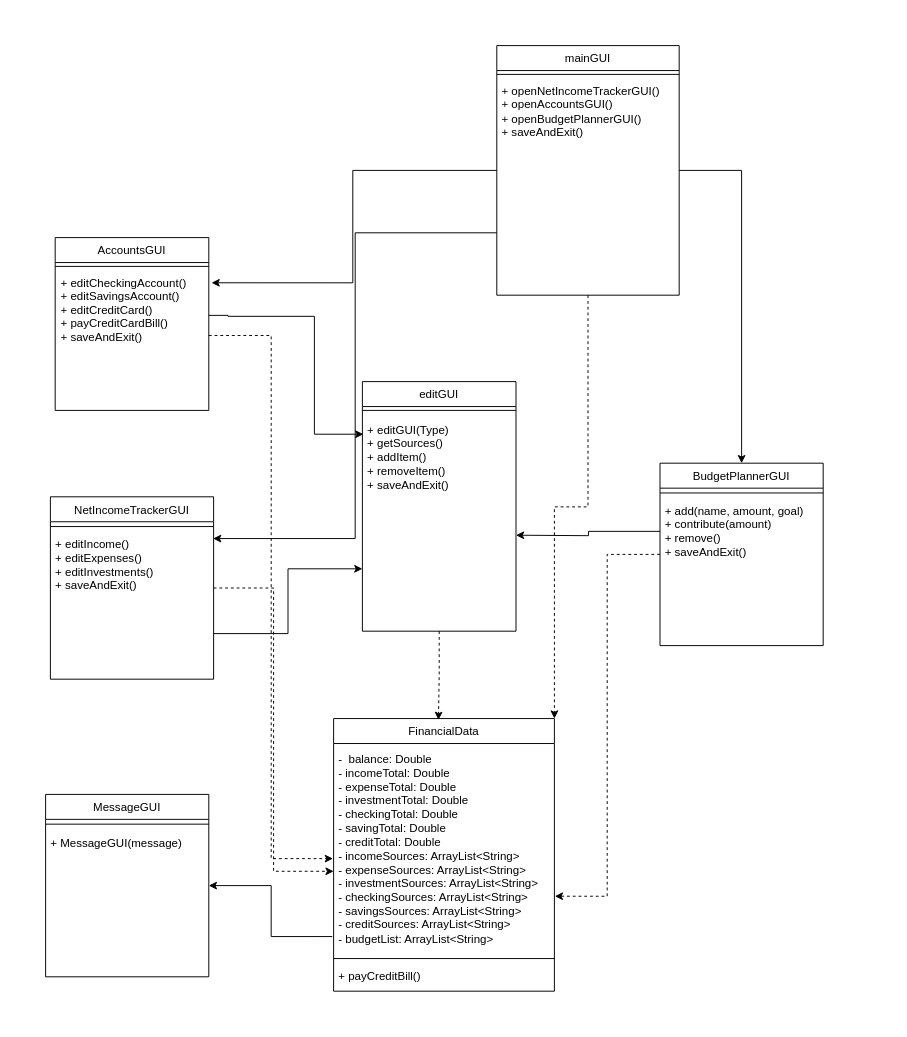
This is FinancialManagerUML/FinancialManagerClassDiagram.drawio from Matt-J-Dong/Financial-Manager, a draw.io file, before an edit. Source tidied: cells renumbered, new cells numbered last; positions are measured from the earlier drawing's top-left corner, leaving out a move shared by most shapes. Both pictures are drawn from the tidied source at 96%, with x=0, y=0 at pixel (45, 45).
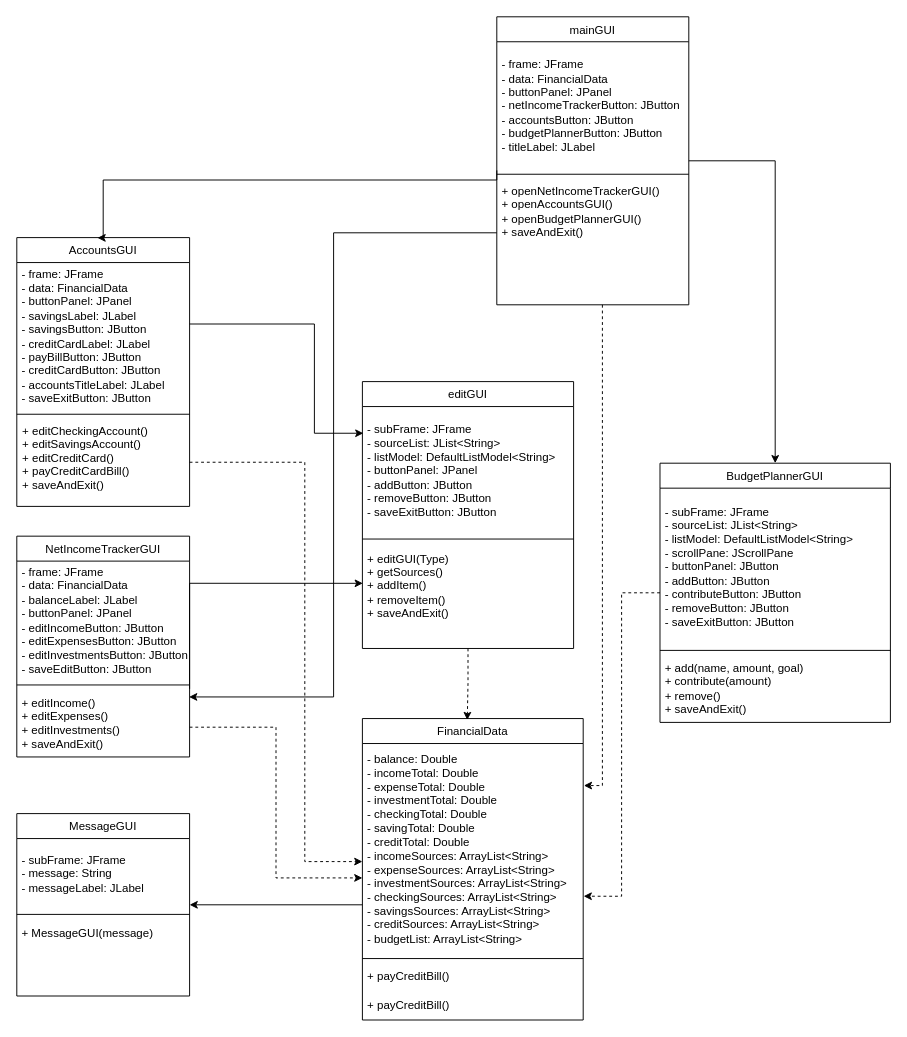
The same diagram, later.

The edit, as a diff of the source:
```diff
@@
-    <mxCell id="2" style="edgeStyle=orthogonalEdgeStyle;rounded=0;jettySize=auto;html=1;entryX=1;entryY=0;entryDx=0;entryDy=0;dashed=1;" parent="1" edge="1" source="4" target="19">
-      <mxGeometry relative="1" as="geometry" />
+    <mxCell id="2" style="edgeStyle=orthogonalEdgeStyle;rounded=0;jettySize=auto;html=1;entryX=1.003;entryY=0.199;entryDx=0;entryDy=0;dashed=1;entryPerimeter=0;" parent="1" edge="1" source="4" target="20">
+      <mxGeometry relative="1" as="geometry">
+        <Array as="points">
+          <mxPoint x="580" y="770" />
+          <mxPoint x="561" y="770" />
+        </Array>
+      </mxGeometry>
     </mxCell>
@@
     <mxCell id="4" value="mainGUI" style="swimlane;fontStyle=0;align=center;verticalAlign=top;horizontal=1;startSize=26;rounded=0;shadow=0;strokeWidth=1;" parent="1" vertex="1">
-      <mxGeometry x="470" width="190" height="260" as="geometry" />
+      <mxGeometry x="470" y="-30" width="200" height="300" as="geometry" />
     </mxCell>
+    <mxCell id="36" value="&amp;nbsp;-&amp;nbsp;&lt;span style=&quot;background-color: initial;&quot;&gt;frame: JFrame&lt;/span&gt;&lt;div&gt;&amp;nbsp;- data: FinancialData&lt;/div&gt;&lt;div&gt;&amp;nbsp;- buttonPanel: JPanel&lt;/div&gt;&lt;div&gt;&amp;nbsp;-&amp;nbsp;netIncomeTrackerButton: JButton&lt;/div&gt;&lt;div&gt;&amp;nbsp;- accountsButton: JButton&lt;/div&gt;&lt;div&gt;&amp;nbsp;- budgetPlannerButton: JButton&lt;/div&gt;&lt;div&gt;&amp;nbsp;- titleLabel: JLabel&lt;/div&gt;" style="text;html=1;align=left;verticalAlign=middle;whiteSpace=wrap;rounded=0;" parent="4" vertex="1">
+      <mxGeometry y="26" width="200" height="134" as="geometry" />
+    </mxCell>
     <mxCell id="5" style="line;html=1;strokeWidth=1;align=left;verticalAlign=middle;spacingTop=-1;spacingLeft=3;spacingRight=3;labelPosition=right;" parent="4" vertex="1">
-      <mxGeometry y="26" width="190" height="8" as="geometry" />
+      <mxGeometry y="160" width="200" height="8" as="geometry" />
     </mxCell>
     <mxCell id="6" value="&amp;nbsp;+ openNetIncomeTrackerGUI()&amp;nbsp;&lt;div&gt;&amp;nbsp;+ openAccountsGUI()&lt;div&gt;&amp;nbsp;+ openBudgetPlannerGUI()&lt;br&gt;&lt;div&gt;&amp;nbsp;+ saveAndExit()&lt;br&gt;&lt;/div&gt;&lt;/div&gt;&lt;/div&gt;" style="text;html=1;align=left;verticalAlign=middle;strokeColor=none;fillColor=none;" parent="4" vertex="1">
-      <mxGeometry y="34" width="190" height="70" as="geometry" />
+      <mxGeometry y="168" width="200" height="70" as="geometry" />
     </mxCell>
     <mxCell id="7" value="BudgetPlannerGUI" style="swimlane;fontStyle=0;align=center;verticalAlign=top;horizontal=1;startSize=26;rounded=0;shadow=0;strokeWidth=1;" parent="1" vertex="1">
-      <mxGeometry x="640" y="435" width="170" height="190" as="geometry" />
+      <mxGeometry x="640" y="435" width="240" height="270" as="geometry" />
     </mxCell>
+    <mxCell id="37" value="&amp;nbsp;- subF&lt;span style=&quot;background-color: initial;&quot;&gt;rame: JFrame&lt;/span&gt;&lt;div&gt;&amp;nbsp;- sourceList: JList&amp;lt;String&amp;gt;&lt;/div&gt;&lt;div&gt;&amp;nbsp;- listModel: DefaultListModel&amp;lt;String&amp;gt;&lt;/div&gt;&lt;div&gt;&amp;nbsp;- scrollPane: JScrollPane&lt;/div&gt;&lt;div&gt;&amp;nbsp;- buttonPanel: JButton&lt;/div&gt;&lt;div&gt;&amp;nbsp;- addButton: JButton&lt;/div&gt;&lt;div&gt;&amp;nbsp;- contributeButton: JButton&lt;/div&gt;&lt;div&gt;&amp;nbsp;- removeButton: JButton&lt;/div&gt;&lt;div&gt;&amp;nbsp;- saveExitButton: JButton&lt;/div&gt;" style="text;html=1;align=left;verticalAlign=middle;whiteSpace=wrap;rounded=0;" parent="7" vertex="1">
+      <mxGeometry y="26" width="240" height="164" as="geometry" />
+    </mxCell>
     <mxCell id="8" style="line;html=1;strokeWidth=1;align=left;verticalAlign=middle;spacingTop=-1;spacingLeft=3;spacingRight=3;labelPosition=right;" parent="7" vertex="1">
-      <mxGeometry y="26" width="170" height="10" as="geometry" />
+      <mxGeometry y="190" width="240" height="10" as="geometry" />
     </mxCell>
-    <mxCell id="9" style="edgeStyle=orthogonalEdgeStyle;rounded=0;jettySize=auto;html=1;strokeColor=default;strokeWidth=1;align=center;verticalAlign=middle;fontFamily=Helvetica;fontSize=11;fontColor=default;labelBackgroundColor=default;startArrow=none;startFill=0;startSize=20;endArrow=classic;" parent="7" edge="1" source="10">
-      <mxGeometry relative="1" as="geometry">
-        <mxPoint x="-150" y="75" as="targetPoint" />
-      </mxGeometry>
-    </mxCell>
     <mxCell id="10" value="&amp;nbsp;+ add(name, amount, goal)&lt;div&gt;&amp;nbsp;+ contribute(amount)&lt;/div&gt;&lt;div&gt;&amp;nbsp;+ remove()&lt;br&gt;&lt;div&gt;&amp;nbsp;+ saveAndExit()&lt;br&gt;&lt;/div&gt;&lt;/div&gt;" style="text;html=1;align=left;verticalAlign=middle;points=[];strokeColor=none;fillColor=none;" parent="7" vertex="1">
-      <mxGeometry y="36" width="170" height="70" as="geometry" />
+      <mxGeometry y="200" width="240" height="70" as="geometry" />
     </mxCell>
     <mxCell id="11" value="AccountsGUI" style="swimlane;fontStyle=0;align=center;verticalAlign=top;horizontal=1;startSize=26;rounded=0;shadow=0;strokeWidth=1;" parent="1" vertex="1">
-      <mxGeometry x="10" y="200" width="160" height="180" as="geometry" />
+      <mxGeometry x="-30" y="200" width="180" height="280" as="geometry" />
     </mxCell>
+    <mxCell id="38" value="&amp;nbsp;-&amp;nbsp;&lt;span style=&quot;background-color: initial;&quot;&gt;frame: JFrame&lt;/span&gt;&lt;div&gt;&amp;nbsp;- data: FinancialData&lt;/div&gt;&lt;div&gt;&amp;nbsp;- buttonPanel: JPanel&lt;/div&gt;&lt;div&gt;&amp;nbsp;- savingsLabel: JLabel&lt;/div&gt;&lt;div&gt;&amp;nbsp;- savingsButton: JButton&lt;/div&gt;&lt;div&gt;&amp;nbsp;- creditCardLabel: JLabel&lt;/div&gt;&lt;div&gt;&amp;nbsp;- payBillButton: JButton&lt;/div&gt;&lt;div&gt;&amp;nbsp;- creditCardButton: JButton&lt;/div&gt;&lt;div&gt;&amp;nbsp;- accountsTitleLabel: JLabel&lt;/div&gt;&lt;div&gt;&amp;nbsp;- saveExitButton: JButton&lt;/div&gt;" style="text;html=1;align=left;verticalAlign=middle;whiteSpace=wrap;rounded=0;" parent="11" vertex="1">
+      <mxGeometry y="26" width="180" height="154" as="geometry" />
+    </mxCell>
     <mxCell id="12" style="line;html=1;strokeWidth=1;align=left;verticalAlign=middle;spacingTop=-1;spacingLeft=3;spacingRight=3;labelPosition=right;" parent="11" vertex="1">
-      <mxGeometry y="26" width="160" height="8" as="geometry" />
+      <mxGeometry y="180" width="180" height="8" as="geometry" />
     </mxCell>
     <mxCell id="13" value="+ editCheckingAccount()&#10;+ editSavingsAccount()&#10;+ editCreditCard()&#10;+ payCreditCardBill()&#10;+ saveAndExit()" style="text;align=left;verticalAlign=top;spacingLeft=4;spacingRight=4;overflow=hidden;points=[[0,0.5],[1,0.5]];portConstraint=eastwest;fontStyle=0;" parent="11" vertex="1">
-      <mxGeometry y="34" width="160" height="136" as="geometry" />
+      <mxGeometry y="188" width="180" height="92" as="geometry" />
     </mxCell>
-    <mxCell id="14" style="edgeStyle=orthogonalEdgeStyle;rounded=0;jettySize=auto;html=1;entryX=0;entryY=0.605;entryDx=0;entryDy=0;entryPerimeter=0;dashed=1;" parent="1" edge="1" source="16" target="20">
-      <mxGeometry relative="1" as="geometry" />
+    <mxCell id="14" style="edgeStyle=orthogonalEdgeStyle;rounded=0;jettySize=auto;html=1;dashed=1;" parent="1" edge="1" source="16" target="20">
+      <mxGeometry relative="1" as="geometry">
+        <Array as="points">
+          <mxPoint x="240" y="710" />
+          <mxPoint x="240" y="867" />
+        </Array>
+      </mxGeometry>
     </mxCell>
-    <mxCell id="15" style="edgeStyle=orthogonalEdgeStyle;rounded=0;jettySize=auto;html=1;exitX=1;exitY=0.75;exitDx=0;exitDy=0;entryX=0;entryY=0.75;entryDx=0;entryDy=0;strokeColor=default;strokeWidth=1;align=center;verticalAlign=middle;fontFamily=Helvetica;fontSize=11;fontColor=default;labelBackgroundColor=default;startArrow=none;startFill=0;startSize=20;endArrow=classic;" parent="1" edge="1" source="16" target="23">
-      <mxGeometry relative="1" as="geometry" />
+    <mxCell id="15" style="edgeStyle=orthogonalEdgeStyle;rounded=0;jettySize=auto;html=1;entryX=0.002;entryY=0.468;entryDx=0;entryDy=0;strokeColor=default;strokeWidth=1;align=center;verticalAlign=middle;fontFamily=Helvetica;fontSize=11;fontColor=default;labelBackgroundColor=default;startArrow=none;startFill=0;startSize=20;endArrow=classic;entryPerimeter=0;" parent="1" edge="1" target="25">
+      <mxGeometry relative="1" as="geometry">
+        <mxPoint x="150" y="670" as="sourcePoint" />
+        <Array as="points">
+          <mxPoint x="150" y="560" />
+          <mxPoint x="330" y="560" />
+        </Array>
+      </mxGeometry>
     </mxCell>
     <mxCell id="16" value="NetIncomeTrackerGUI" style="swimlane;fontStyle=0;align=center;verticalAlign=top;horizontal=1;startSize=26;rounded=0;shadow=0;strokeWidth=1;" parent="1" vertex="1">
-      <mxGeometry x="5" y="470" width="170" height="190" as="geometry" />
+      <mxGeometry x="-30" y="511" width="180" height="230" as="geometry" />
     </mxCell>
+    <mxCell id="39" value="&amp;nbsp;-&amp;nbsp;&lt;span style=&quot;background-color: initial;&quot;&gt;frame: JFrame&lt;/span&gt;&lt;div&gt;&amp;nbsp;- data: FinancialData&lt;/div&gt;&lt;div&gt;&amp;nbsp;- balanceLabel: JLabel&lt;/div&gt;&lt;div&gt;&amp;nbsp;- buttonPanel: JPanel&lt;/div&gt;&lt;div&gt;&amp;nbsp;- editIncomeButton: JButton&lt;/div&gt;&lt;div&gt;&amp;nbsp;- editExpensesButton: JButton&lt;/div&gt;&lt;div&gt;&amp;nbsp;- editInvestmentsButton: JButton&lt;/div&gt;&lt;div&gt;&amp;nbsp;- saveEditButton: JButton&lt;/div&gt;" style="text;html=1;align=left;verticalAlign=middle;whiteSpace=wrap;rounded=0;" parent="16" vertex="1">
+      <mxGeometry y="26" width="180" height="124" as="geometry" />
+    </mxCell>
     <mxCell id="17" style="line;html=1;strokeWidth=1;align=left;verticalAlign=middle;spacingTop=-1;spacingLeft=3;spacingRight=3;labelPosition=right;" parent="16" vertex="1">
-      <mxGeometry y="26" width="170" height="10" as="geometry" />
+      <mxGeometry y="150" width="180" height="10" as="geometry" />
     </mxCell>
     <mxCell id="18" value="&lt;div&gt;&amp;nbsp;+ editIncome()&amp;nbsp;&lt;/div&gt;&lt;div&gt;&amp;nbsp;+ editExpenses()&lt;/div&gt;&lt;div&gt;&amp;nbsp;+ editInvestments()&lt;/div&gt;&lt;div&gt;&amp;nbsp;+ saveAndExit()&lt;br&gt;&lt;/div&gt;" style="text;html=1;align=left;verticalAlign=middle;points=[];strokeColor=none;fillColor=none;" parent="16" vertex="1">
-      <mxGeometry y="36" width="170" height="70" as="geometry" />
+      <mxGeometry y="160" width="180" height="70" as="geometry" />
     </mxCell>
     <mxCell id="19" value="FinancialData" style="swimlane;fontStyle=0;align=center;verticalAlign=top;horizontal=1;startSize=26;rounded=0;shadow=0;strokeWidth=1;" parent="1" vertex="1">
-      <mxGeometry x="300" y="701" width="230" height="284" as="geometry" />
+      <mxGeometry x="330" y="701" width="230" height="314" as="geometry" />
     </mxCell>
-    <mxCell id="20" value="&amp;nbsp;-&amp;nbsp; balance: Double&lt;div&gt;&amp;nbsp;- incomeTotal: Double&lt;/div&gt;&lt;div&gt;&amp;nbsp;- expenseTotal: Double&lt;/div&gt;&lt;div&gt;&amp;nbsp;- investmentTotal: Double&lt;/div&gt;&lt;div&gt;&amp;nbsp;- checkingTotal: Double&lt;/div&gt;&lt;div&gt;&amp;nbsp;- savingTotal: Double&lt;/div&gt;&lt;div&gt;&amp;nbsp;- creditTotal: Double&lt;/div&gt;&lt;div&gt;&amp;nbsp;- incomeSources: ArrayList&amp;lt;String&amp;gt;&lt;/div&gt;&lt;div&gt;&amp;nbsp;- expenseSources: ArrayList&amp;lt;String&amp;gt;&lt;/div&gt;&lt;div&gt;&amp;nbsp;- investmentSources: ArrayList&amp;lt;String&amp;gt;&lt;br&gt;&amp;nbsp;- checkingSources: ArrayList&amp;lt;String&amp;gt;&lt;br&gt;&amp;nbsp;- savingsSources: ArrayList&amp;lt;String&amp;gt;&lt;br&gt;&amp;nbsp;- creditSources: ArrayList&amp;lt;String&amp;gt;&lt;/div&gt;&lt;div&gt;&amp;nbsp;- budgetList: ArrayList&amp;lt;String&amp;gt;&lt;/div&gt;" style="text;html=1;align=left;verticalAlign=middle;points=[];strokeColor=none;fillColor=none;" parent="19" vertex="1">
+    <mxCell id="20" value="&amp;nbsp;- balance: Double&lt;div&gt;&amp;nbsp;- incomeTotal: Double&lt;/div&gt;&lt;div&gt;&amp;nbsp;- expenseTotal: Double&lt;/div&gt;&lt;div&gt;&amp;nbsp;- investmentTotal: Double&lt;/div&gt;&lt;div&gt;&amp;nbsp;- checkingTotal: Double&lt;/div&gt;&lt;div&gt;&amp;nbsp;- savingTotal: Double&lt;/div&gt;&lt;div&gt;&amp;nbsp;- creditTotal: Double&lt;/div&gt;&lt;div&gt;&amp;nbsp;- incomeSources: ArrayList&amp;lt;String&amp;gt;&lt;/div&gt;&lt;div&gt;&amp;nbsp;- expenseSources: ArrayList&amp;lt;String&amp;gt;&lt;/div&gt;&lt;div&gt;&amp;nbsp;- investmentSources: ArrayList&amp;lt;String&amp;gt;&lt;br&gt;&amp;nbsp;- checkingSources: ArrayList&amp;lt;String&amp;gt;&lt;br&gt;&amp;nbsp;- savingsSources: ArrayList&amp;lt;String&amp;gt;&lt;br&gt;&amp;nbsp;- creditSources: ArrayList&amp;lt;String&amp;gt;&lt;/div&gt;&lt;div&gt;&amp;nbsp;- budgetList: ArrayList&amp;lt;String&amp;gt;&lt;/div&gt;" style="text;html=1;align=left;verticalAlign=middle;points=[];strokeColor=none;fillColor=none;" parent="19" vertex="1">
       <mxGeometry y="26" width="230" height="220" as="geometry" />
     </mxCell>
@@
+    <mxCell id="40" value="&amp;nbsp;+ payCreditBill()" style="text;html=1;align=left;verticalAlign=middle;whiteSpace=wrap;rounded=0;" parent="19" vertex="1">
+      <mxGeometry y="254" width="230" height="30" as="geometry" />
+    </mxCell>
     <mxCell id="22" value="&amp;nbsp;+ payCreditBill()" style="text;html=1;align=left;verticalAlign=middle;whiteSpace=wrap;rounded=0;" parent="19" vertex="1">
-      <mxGeometry y="254" width="230" height="30" as="geometry" />
+      <mxGeometry y="284" width="230" height="30" as="geometry" />
     </mxCell>
     <mxCell id="23" value="editGUI" style="swimlane;fontStyle=0;align=center;verticalAlign=top;horizontal=1;startSize=26;rounded=0;shadow=0;strokeWidth=1;" parent="1" vertex="1">
-      <mxGeometry x="330" y="350" width="160" height="260" as="geometry" />
+      <mxGeometry x="330" y="350" width="220" height="278" as="geometry" />
     </mxCell>
+    <mxCell id="41" value="&amp;nbsp;- subF&lt;span style=&quot;background-color: initial;&quot;&gt;rame: JFrame&lt;/span&gt;&lt;div&gt;&amp;nbsp;- sourceList: JList&amp;lt;String&amp;gt;&lt;/div&gt;&lt;div&gt;&amp;nbsp;- listModel: DefaultListModel&amp;lt;String&amp;gt;&lt;/div&gt;&lt;div&gt;&amp;nbsp;- buttonPanel: JPanel&lt;/div&gt;&lt;div&gt;&amp;nbsp;- addButton: JButton&lt;/div&gt;&lt;div&gt;&amp;nbsp;- removeButton: JButton&lt;/div&gt;&lt;div&gt;&amp;nbsp;- saveExitButton: JButton&lt;/div&gt;" style="text;html=1;align=left;verticalAlign=middle;whiteSpace=wrap;rounded=0;" parent="23" vertex="1">
+      <mxGeometry y="26" width="220" height="134" as="geometry" />
+    </mxCell>
     <mxCell id="24" style="line;html=1;strokeWidth=1;align=left;verticalAlign=middle;spacingTop=-1;spacingLeft=3;spacingRight=3;labelPosition=right;" parent="23" vertex="1">
-      <mxGeometry y="26" width="160" height="8" as="geometry" />
+      <mxGeometry y="160" width="220" height="8" as="geometry" />
     </mxCell>
     <mxCell id="25" value="&amp;nbsp;+ editGUI(Type)&lt;div&gt;&amp;nbsp;+ getSources()&lt;div&gt;&amp;nbsp;+ addItem()&lt;br&gt;&lt;div&gt;&amp;nbsp;+ removeItem()&lt;div&gt;&amp;nbsp;+ saveAndExit()&lt;/div&gt;&lt;/div&gt;&lt;/div&gt;&lt;/div&gt;" style="text;html=1;align=left;verticalAlign=middle;points=[];strokeColor=none;fillColor=none;" parent="23" vertex="1">
-      <mxGeometry y="34" width="160" height="90" as="geometry" />
+      <mxGeometry y="168" width="220" height="90" as="geometry" />
     </mxCell>
     <mxCell id="26" value="MessageGUI" style="swimlane;fontStyle=0;align=center;verticalAlign=top;horizontal=1;startSize=26;rounded=0;shadow=0;strokeWidth=1;" parent="1" vertex="1">
-      <mxGeometry y="780" width="170" height="190" as="geometry" />
+      <mxGeometry x="-30" y="800" width="180" height="190" as="geometry" />
     </mxCell>
+    <mxCell id="42" value="&amp;nbsp;- subF&lt;span style=&quot;background-color: initial;&quot;&gt;rame: JFrame&lt;/span&gt;&lt;div&gt;&amp;nbsp;- message: String&lt;br&gt;&lt;/div&gt;&lt;div&gt;&amp;nbsp;- messageLabel: JLabel&lt;/div&gt;" style="text;html=1;align=left;verticalAlign=middle;whiteSpace=wrap;rounded=0;" parent="26" vertex="1">
+      <mxGeometry y="26" width="180" height="74" as="geometry" />
+    </mxCell>
     <mxCell id="27" style="line;html=1;strokeWidth=1;align=left;verticalAlign=middle;spacingTop=-1;spacingLeft=3;spacingRight=3;labelPosition=right;" parent="26" vertex="1">
-      <mxGeometry y="26" width="170" height="10" as="geometry" />
+      <mxGeometry y="100" width="180" height="10" as="geometry" />
     </mxCell>
     <mxCell id="28" value="&amp;nbsp;+ MessageGUI(message)" style="text;html=1;align=left;verticalAlign=middle;strokeColor=none;fillColor=none;" parent="26" vertex="1">
-      <mxGeometry y="36" width="170" height="30" as="geometry" />
+      <mxGeometry y="110" width="180" height="30" as="geometry" />
     </mxCell>
-    <mxCell id="29" style="edgeStyle=orthogonalEdgeStyle;rounded=0;jettySize=auto;html=1;exitX=1;exitY=0.5;exitDx=0;exitDy=0;entryX=-0.003;entryY=0.545;entryDx=0;entryDy=0;entryPerimeter=0;dashed=1;" parent="1" edge="1" source="13" target="20">
-      <mxGeometry relative="1" as="geometry" />
+    <mxCell id="29" style="edgeStyle=orthogonalEdgeStyle;rounded=0;jettySize=auto;html=1;exitX=1;exitY=0.5;exitDx=0;exitDy=0;dashed=1;entryX=0;entryY=0.559;entryDx=0;entryDy=0;entryPerimeter=0;" parent="1" edge="1" source="13" target="20">
+      <mxGeometry relative="1" as="geometry">
+        <Array as="points">
+          <mxPoint x="270" y="434" />
+          <mxPoint x="270" y="850" />
+        </Array>
+      </mxGeometry>
     </mxCell>
@@
-    <mxCell id="32" style="edgeStyle=orthogonalEdgeStyle;rounded=0;jettySize=auto;html=1;entryX=1;entryY=0.5;entryDx=0;entryDy=0;exitX=-0.006;exitY=0.914;exitDx=0;exitDy=0;exitPerimeter=0;startArrow=none;startFill=0;strokeWidth=1;startSize=20;strokeColor=default;align=center;verticalAlign=middle;fontFamily=Helvetica;fontSize=11;fontColor=default;labelBackgroundColor=default;endArrow=classic;" parent="1" edge="1" source="20" target="26">
-      <mxGeometry relative="1" as="geometry" />
+    <mxCell id="32" style="edgeStyle=orthogonalEdgeStyle;rounded=0;jettySize=auto;html=1;entryX=1;entryY=0.5;entryDx=0;entryDy=0;startArrow=none;startFill=0;strokeWidth=1;startSize=20;strokeColor=default;align=center;verticalAlign=middle;fontFamily=Helvetica;fontSize=11;fontColor=default;labelBackgroundColor=default;endArrow=classic;" parent="1" edge="1" source="20" target="26">
+      <mxGeometry relative="1" as="geometry">
+        <Array as="points">
+          <mxPoint x="290" y="895" />
+          <mxPoint x="290" y="895" />
+        </Array>
+      </mxGeometry>
     </mxCell>
-    <mxCell id="33" style="edgeStyle=orthogonalEdgeStyle;rounded=0;jettySize=auto;html=1;entryX=1.018;entryY=0.096;entryDx=0;entryDy=0;entryPerimeter=0;strokeColor=default;strokeWidth=1;align=center;verticalAlign=middle;fontFamily=Helvetica;fontSize=11;fontColor=default;labelBackgroundColor=default;startArrow=none;startFill=0;startSize=20;endArrow=classic;" parent="1" edge="1" source="4" target="13">
-      <mxGeometry relative="1" as="geometry" />
+    <mxCell id="33" style="edgeStyle=orthogonalEdgeStyle;rounded=0;jettySize=auto;html=1;entryX=0.467;entryY=0.001;entryDx=0;entryDy=0;strokeColor=default;strokeWidth=1;align=center;verticalAlign=middle;fontFamily=Helvetica;fontSize=11;fontColor=default;labelBackgroundColor=default;startArrow=none;startFill=0;startSize=20;endArrow=classic;exitX=0;exitY=1;exitDx=0;exitDy=0;entryPerimeter=0;" parent="1" edge="1" source="36" target="11">
+      <mxGeometry relative="1" as="geometry">
+        <Array as="points">
+          <mxPoint x="470" y="140" />
+          <mxPoint x="60" y="140" />
+          <mxPoint x="60" y="200" />
+        </Array>
+      </mxGeometry>
     </mxCell>
     <mxCell id="34" style="edgeStyle=orthogonalEdgeStyle;rounded=0;jettySize=auto;html=1;exitX=0;exitY=0.75;exitDx=0;exitDy=0;entryX=0.997;entryY=0.107;entryDx=0;entryDy=0;entryPerimeter=0;strokeColor=default;strokeWidth=1;align=center;verticalAlign=middle;fontFamily=Helvetica;fontSize=11;fontColor=default;labelBackgroundColor=default;startArrow=none;startFill=0;startSize=20;endArrow=classic;" parent="1" edge="1" source="4" target="18">
-      <mxGeometry relative="1" as="geometry" />
+      <mxGeometry relative="1" as="geometry">
+        <Array as="points">
+          <mxPoint x="300" y="195" />
+          <mxPoint x="300" y="679" />
+        </Array>
+      </mxGeometry>
     </mxCell>
-    <mxCell id="35" style="edgeStyle=orthogonalEdgeStyle;rounded=0;orthogonalLoop=1;jettySize=auto;html=1;entryX=0.006;entryY=0.464;entryDx=0;entryDy=0;entryPerimeter=0;strokeColor=default;strokeWidth=1;align=center;verticalAlign=middle;fontFamily=Helvetica;fontSize=11;fontColor=default;labelBackgroundColor=default;startArrow=none;startFill=0;startSize=20;endArrow=classic;" parent="1" edge="1">
+    <mxCell id="35" style="edgeStyle=orthogonalEdgeStyle;rounded=0;jettySize=auto;html=1;entryX=0.006;entryY=0.464;entryDx=0;entryDy=0;entryPerimeter=0;strokeColor=default;strokeWidth=1;align=center;verticalAlign=middle;fontFamily=Helvetica;fontSize=11;fontColor=default;labelBackgroundColor=default;startArrow=none;startFill=0;startSize=20;endArrow=classic;" parent="1" edge="1" source="38">
       <mxGeometry relative="1" as="geometry">
-        <mxPoint x="170" y="281" as="sourcePoint" />
-        <mxPoint x="331" y="404.8" as="targetPoint" />
+        <mxPoint x="331" y="403.8" as="targetPoint" />
         <Array as="points">
-          <mxPoint x="190" y="281" />
-          <mxPoint x="190" y="282" />
-          <mxPoint x="280" y="282" />
-          <mxPoint x="280" y="405" />
+          <mxPoint x="280" y="290" />
+          <mxPoint x="280" y="404" />
         </Array>
       </mxGeometry>
     </mxCell>
```
